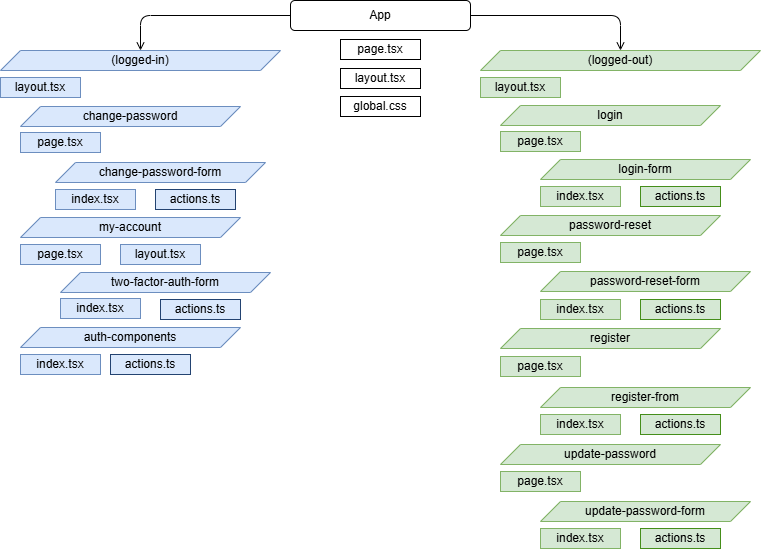
This is docs/folder-file-structure.png from greg1951/kbg-nextjs-authjs-template, a draw.io export, as it was before one commit. Source tidied: cells renumbered, new cells last; positions are measured from the earlier drawing's top-left corner, leaving out a move shared by most shapes.
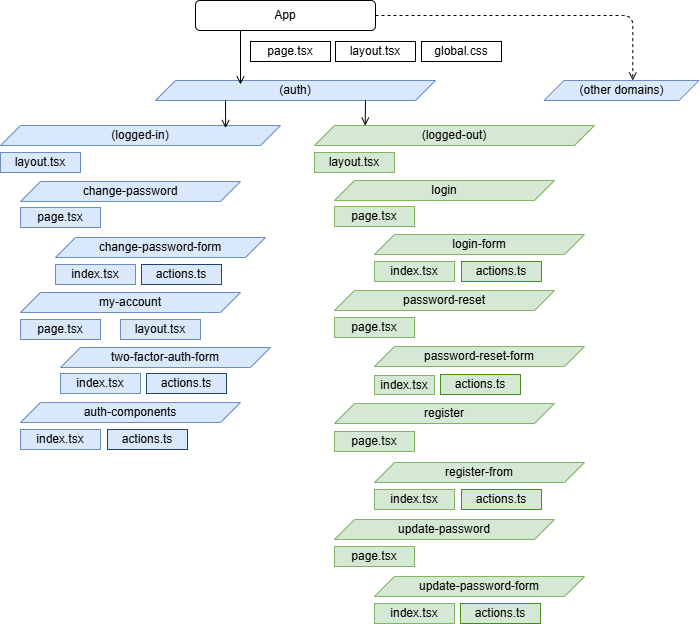
After the change.

Diff of the diagram source:
```diff
@@ -2,137 +2,151 @@
   <root>
     <mxCell id="0" />
     <mxCell id="1" parent="0" />
-    <mxCell id="2" style="edgeStyle=orthogonalEdgeStyle;html=1;entryX=0.5;entryY=0;entryDx=0;entryDy=0;endArrow=open;endFill=0;" parent="1" edge="1" source="4" target="9">
-      <mxGeometry relative="1" as="geometry" />
-    </mxCell>
-    <mxCell id="3" style="edgeStyle=orthogonalEdgeStyle;html=1;entryX=0.5;entryY=0;entryDx=0;entryDy=0;endArrow=open;endFill=0;" parent="1" edge="1" source="4" target="10">
-      <mxGeometry relative="1" as="geometry" />
-    </mxCell>
     <mxCell id="4" value="App" style="rounded=1;whiteSpace=wrap;html=1;" parent="1" vertex="1">
-      <mxGeometry x="290" width="180" height="30" as="geometry" />
+      <mxGeometry x="275" y="10" width="180" height="30" as="geometry" />
     </mxCell>
     <mxCell id="5" value="layout.tsx" style="rounded=0;whiteSpace=wrap;html=1;" parent="1" vertex="1">
-      <mxGeometry x="340" y="68" width="80" height="20" as="geometry" />
+      <mxGeometry x="415" y="51" width="80" height="20" as="geometry" />
     </mxCell>
     <mxCell id="6" value="page.tsx" style="rounded=0;whiteSpace=wrap;html=1;" parent="1" vertex="1">
-      <mxGeometry x="340" y="39" width="80" height="20" as="geometry" />
+      <mxGeometry x="330" y="51" width="80" height="20" as="geometry" />
     </mxCell>
     <mxCell id="7" value="global.css" style="rounded=0;whiteSpace=wrap;html=1;" parent="1" vertex="1">
-      <mxGeometry x="340" y="96" width="80" height="20" as="geometry" />
+      <mxGeometry x="501" y="51" width="80" height="20" as="geometry" />
     </mxCell>
     <mxCell id="8" value="layout.tsx" style="rounded=0;whiteSpace=wrap;html=1;fillColor=#dae8fc;strokeColor=#6c8ebf;" parent="1" vertex="1">
-      <mxGeometry y="77" width="80" height="20" as="geometry" />
+      <mxGeometry x="80" y="162" width="80" height="20" as="geometry" />
     </mxCell>
     <mxCell id="9" value="(logged-in)" style="shape=parallelogram;perimeter=parallelogramPerimeter;whiteSpace=wrap;html=1;fixedSize=1;fillColor=#dae8fc;strokeColor=#6c8ebf;" parent="1" vertex="1">
-      <mxGeometry y="50" width="280" height="20" as="geometry" />
+      <mxGeometry x="80" y="135" width="280" height="20" as="geometry" />
     </mxCell>
     <mxCell id="10" value="(logged-out)" style="shape=parallelogram;perimeter=parallelogramPerimeter;whiteSpace=wrap;html=1;fixedSize=1;fillColor=#d5e8d4;strokeColor=#82b366;" parent="1" vertex="1">
-      <mxGeometry x="480" y="50" width="280" height="20" as="geometry" />
+      <mxGeometry x="394" y="135" width="280" height="20" as="geometry" />
     </mxCell>
     <mxCell id="11" value="auth-components" style="shape=parallelogram;perimeter=parallelogramPerimeter;whiteSpace=wrap;html=1;fixedSize=1;fillColor=#dae8fc;strokeColor=#6c8ebf;" parent="1" vertex="1">
-      <mxGeometry x="20" y="327" width="220" height="20" as="geometry" />
+      <mxGeometry x="100" y="412" width="220" height="20" as="geometry" />
     </mxCell>
     <mxCell id="12" value="change-password" style="shape=parallelogram;perimeter=parallelogramPerimeter;whiteSpace=wrap;html=1;fixedSize=1;fillColor=#dae8fc;strokeColor=#6c8ebf;" parent="1" vertex="1">
-      <mxGeometry x="20" y="106" width="220" height="20" as="geometry" />
+      <mxGeometry x="100" y="191" width="220" height="20" as="geometry" />
     </mxCell>
     <mxCell id="13" value="change-password-form" style="shape=parallelogram;perimeter=parallelogramPerimeter;whiteSpace=wrap;html=1;fixedSize=1;fillColor=#dae8fc;strokeColor=#6c8ebf;" parent="1" vertex="1">
-      <mxGeometry x="55" y="162" width="210" height="20" as="geometry" />
+      <mxGeometry x="135" y="247" width="210" height="20" as="geometry" />
     </mxCell>
     <mxCell id="14" value="my-account" style="shape=parallelogram;perimeter=parallelogramPerimeter;whiteSpace=wrap;html=1;fixedSize=1;fillColor=#dae8fc;strokeColor=#6c8ebf;" parent="1" vertex="1">
-      <mxGeometry x="20" y="217" width="220" height="20" as="geometry" />
+      <mxGeometry x="100" y="302" width="220" height="20" as="geometry" />
     </mxCell>
     <mxCell id="15" value="layout.tsx" style="rounded=0;whiteSpace=wrap;html=1;fillColor=#dae8fc;strokeColor=#6c8ebf;" parent="1" vertex="1">
-      <mxGeometry x="120" y="244" width="80" height="20" as="geometry" />
+      <mxGeometry x="200" y="329" width="80" height="20" as="geometry" />
     </mxCell>
     <mxCell id="16" value="two-factor-auth-form" style="shape=parallelogram;perimeter=parallelogramPerimeter;whiteSpace=wrap;html=1;fixedSize=1;fillColor=#dae8fc;strokeColor=#6c8ebf;" parent="1" vertex="1">
-      <mxGeometry x="60" y="272" width="210" height="20" as="geometry" />
+      <mxGeometry x="140" y="357" width="210" height="20" as="geometry" />
     </mxCell>
     <mxCell id="17" value="page.tsx" style="rounded=0;whiteSpace=wrap;html=1;fillColor=#dae8fc;strokeColor=#6c8ebf;" parent="1" vertex="1">
-      <mxGeometry x="20" y="132" width="80" height="20" as="geometry" />
+      <mxGeometry x="100" y="217" width="80" height="20" as="geometry" />
     </mxCell>
     <mxCell id="18" value="actions.ts" style="rounded=0;whiteSpace=wrap;html=1;fillColor=#dae8fc;strokeColor=light-dark(#234371, #5c79a3);" parent="1" vertex="1">
-      <mxGeometry x="110" y="354" width="80" height="20" as="geometry" />
+      <mxGeometry x="187" y="439" width="80" height="20" as="geometry" />
     </mxCell>
     <mxCell id="19" value="index.tsx" style="rounded=0;whiteSpace=wrap;html=1;fillColor=#dae8fc;strokeColor=#6c8ebf;" parent="1" vertex="1">
-      <mxGeometry x="20" y="354" width="80" height="20" as="geometry" />
+      <mxGeometry x="100" y="439" width="80" height="20" as="geometry" />
     </mxCell>
     <mxCell id="20" value="actions.ts" style="rounded=0;whiteSpace=wrap;html=1;fillColor=#dae8fc;strokeColor=light-dark(#234371, #5c79a3);" parent="1" vertex="1">
-      <mxGeometry x="155" y="189" width="80" height="20" as="geometry" />
+      <mxGeometry x="221" y="274" width="80" height="20" as="geometry" />
     </mxCell>
     <mxCell id="21" value="index.tsx" style="rounded=0;whiteSpace=wrap;html=1;fillColor=#dae8fc;strokeColor=#6c8ebf;" parent="1" vertex="1">
-      <mxGeometry x="55" y="189" width="80" height="20" as="geometry" />
+      <mxGeometry x="135" y="274" width="80" height="20" as="geometry" />
     </mxCell>
     <mxCell id="22" value="actions.ts" style="rounded=0;whiteSpace=wrap;html=1;fillColor=#dae8fc;strokeColor=light-dark(#234371, #5c79a3);" parent="1" vertex="1">
-      <mxGeometry x="160" y="299" width="80" height="20" as="geometry" />
+      <mxGeometry x="226" y="383" width="80" height="20" as="geometry" />
     </mxCell>
     <mxCell id="23" value="index.tsx" style="rounded=0;whiteSpace=wrap;html=1;fillColor=#dae8fc;strokeColor=#6c8ebf;" parent="1" vertex="1">
-      <mxGeometry x="60" y="298" width="80" height="20" as="geometry" />
+      <mxGeometry x="140" y="383" width="80" height="20" as="geometry" />
     </mxCell>
     <mxCell id="24" value="page.tsx" style="rounded=0;whiteSpace=wrap;html=1;fillColor=#dae8fc;strokeColor=#6c8ebf;" parent="1" vertex="1">
-      <mxGeometry x="20" y="244" width="80" height="20" as="geometry" />
+      <mxGeometry x="100" y="329" width="80" height="20" as="geometry" />
     </mxCell>
     <mxCell id="25" value="layout.tsx" style="rounded=0;whiteSpace=wrap;html=1;fillColor=#d5e8d4;strokeColor=#82b366;" parent="1" vertex="1">
-      <mxGeometry x="480" y="77" width="80" height="20" as="geometry" />
+      <mxGeometry x="394" y="162" width="80" height="20" as="geometry" />
     </mxCell>
     <mxCell id="26" value="login" style="shape=parallelogram;perimeter=parallelogramPerimeter;whiteSpace=wrap;html=1;fixedSize=1;fillColor=#d5e8d4;strokeColor=#82b366;" parent="1" vertex="1">
-      <mxGeometry x="500" y="105" width="220" height="20" as="geometry" />
+      <mxGeometry x="414" y="190" width="220" height="20" as="geometry" />
     </mxCell>
     <mxCell id="27" value="page.tsx" style="rounded=0;whiteSpace=wrap;html=1;fillColor=#d5e8d4;strokeColor=#82b366;" parent="1" vertex="1">
-      <mxGeometry x="500" y="131" width="80" height="20" as="geometry" />
+      <mxGeometry x="414" y="216" width="80" height="20" as="geometry" />
     </mxCell>
     <mxCell id="28" value="login-form" style="shape=parallelogram;perimeter=parallelogramPerimeter;whiteSpace=wrap;html=1;fixedSize=1;fillColor=#d5e8d4;strokeColor=#82b366;" parent="1" vertex="1">
-      <mxGeometry x="540" y="159" width="210" height="20" as="geometry" />
+      <mxGeometry x="454" y="244" width="210" height="20" as="geometry" />
     </mxCell>
     <mxCell id="29" value="actions.ts" style="rounded=0;whiteSpace=wrap;html=1;fillColor=#d5e8d4;strokeColor=light-dark(#458e1a, #446e2c);" parent="1" vertex="1">
-      <mxGeometry x="640" y="186" width="80" height="20" as="geometry" />
+      <mxGeometry x="541" y="271" width="80" height="20" as="geometry" />
     </mxCell>
     <mxCell id="30" value="index.tsx" style="rounded=0;whiteSpace=wrap;html=1;fillColor=#d5e8d4;strokeColor=#82b366;" parent="1" vertex="1">
-      <mxGeometry x="540" y="186" width="80" height="20" as="geometry" />
+      <mxGeometry x="454" y="271" width="80" height="20" as="geometry" />
     </mxCell>
     <mxCell id="31" value="password-reset" style="shape=parallelogram;perimeter=parallelogramPerimeter;whiteSpace=wrap;html=1;fixedSize=1;fillColor=#d5e8d4;strokeColor=#82b366;" parent="1" vertex="1">
-      <mxGeometry x="500" y="215" width="220" height="20" as="geometry" />
+      <mxGeometry x="414" y="300" width="220" height="20" as="geometry" />
     </mxCell>
     <mxCell id="32" value="password-reset-form" style="shape=parallelogram;perimeter=parallelogramPerimeter;whiteSpace=wrap;html=1;fixedSize=1;fillColor=#d5e8d4;strokeColor=#82b366;" parent="1" vertex="1">
-      <mxGeometry x="540" y="271" width="210" height="20" as="geometry" />
+      <mxGeometry x="454" y="356" width="210" height="20" as="geometry" />
     </mxCell>
     <mxCell id="33" value="page.tsx" style="rounded=0;whiteSpace=wrap;html=1;fillColor=#d5e8d4;strokeColor=#82b366;" parent="1" vertex="1">
-      <mxGeometry x="500" y="242" width="80" height="20" as="geometry" />
+      <mxGeometry x="414" y="327" width="80" height="20" as="geometry" />
     </mxCell>
     <mxCell id="34" value="actions.ts" style="rounded=0;whiteSpace=wrap;html=1;fillColor=#d5e8d4;strokeColor=light-dark(#458e1a, #446e2c);" parent="1" vertex="1">
-      <mxGeometry x="640" y="299" width="80" height="20" as="geometry" />
+      <mxGeometry x="520" y="384" width="80" height="20" as="geometry" />
     </mxCell>
     <mxCell id="35" value="index.tsx" style="rounded=0;whiteSpace=wrap;html=1;fillColor=#d5e8d4;strokeColor=#82b366;" parent="1" vertex="1">
-      <mxGeometry x="540" y="299" width="80" height="20" as="geometry" />
+      <mxGeometry x="454" y="385" width="60" height="19" as="geometry" />
     </mxCell>
     <mxCell id="36" value="register" style="shape=parallelogram;perimeter=parallelogramPerimeter;whiteSpace=wrap;html=1;fixedSize=1;fillColor=#d5e8d4;strokeColor=#82b366;" parent="1" vertex="1">
-      <mxGeometry x="500" y="328" width="220" height="20" as="geometry" />
+      <mxGeometry x="414" y="413" width="220" height="20" as="geometry" />
     </mxCell>
     <mxCell id="37" value="register-from" style="shape=parallelogram;perimeter=parallelogramPerimeter;whiteSpace=wrap;html=1;fixedSize=1;fillColor=#d5e8d4;strokeColor=#82b366;" parent="1" vertex="1">
-      <mxGeometry x="540" y="387" width="210" height="20" as="geometry" />
+      <mxGeometry x="454" y="472" width="210" height="20" as="geometry" />
     </mxCell>
     <mxCell id="38" value="page.tsx" style="rounded=0;whiteSpace=wrap;html=1;fillColor=#d5e8d4;strokeColor=#82b366;" parent="1" vertex="1">
-      <mxGeometry x="500" y="356" width="80" height="20" as="geometry" />
+      <mxGeometry x="414" y="441" width="80" height="20" as="geometry" />
     </mxCell>
     <mxCell id="39" value="actions.ts" style="rounded=0;whiteSpace=wrap;html=1;fillColor=#d5e8d4;strokeColor=light-dark(#458e1a, #446e2c);" parent="1" vertex="1">
-      <mxGeometry x="640" y="414" width="80" height="20" as="geometry" />
+      <mxGeometry x="541" y="499" width="80" height="20" as="geometry" />
     </mxCell>
     <mxCell id="40" value="index.tsx" style="rounded=0;whiteSpace=wrap;html=1;fillColor=#d5e8d4;strokeColor=#82b366;" parent="1" vertex="1">
-      <mxGeometry x="540" y="414" width="80" height="20" as="geometry" />
+      <mxGeometry x="454" y="499" width="80" height="20" as="geometry" />
     </mxCell>
     <mxCell id="41" value="update-password" style="shape=parallelogram;perimeter=parallelogramPerimeter;whiteSpace=wrap;html=1;fixedSize=1;fillColor=#d5e8d4;strokeColor=#82b366;" parent="1" vertex="1">
-      <mxGeometry x="500" y="444" width="220" height="20" as="geometry" />
+      <mxGeometry x="414" y="529" width="220" height="20" as="geometry" />
     </mxCell>
     <mxCell id="42" value="update-password-form" style="shape=parallelogram;perimeter=parallelogramPerimeter;whiteSpace=wrap;html=1;fixedSize=1;fillColor=#d5e8d4;strokeColor=#82b366;" parent="1" vertex="1">
-      <mxGeometry x="540" y="501" width="210" height="20" as="geometry" />
+      <mxGeometry x="454" y="586" width="210" height="20" as="geometry" />
     </mxCell>
     <mxCell id="43" value="page.tsx" style="rounded=0;whiteSpace=wrap;html=1;fillColor=#d5e8d4;strokeColor=#82b366;" parent="1" vertex="1">
-      <mxGeometry x="500" y="471" width="80" height="20" as="geometry" />
+      <mxGeometry x="414" y="556" width="80" height="20" as="geometry" />
     </mxCell>
     <mxCell id="44" value="actions.ts" style="rounded=0;whiteSpace=wrap;html=1;fillColor=#d5e8d4;strokeColor=light-dark(#458e1a, #446e2c);" parent="1" vertex="1">
-      <mxGeometry x="640" y="528" width="80" height="20" as="geometry" />
+      <mxGeometry x="540" y="613" width="80" height="20" as="geometry" />
     </mxCell>
     <mxCell id="45" value="index.tsx" style="rounded=0;whiteSpace=wrap;html=1;fillColor=#d5e8d4;strokeColor=#82b366;" parent="1" vertex="1">
-      <mxGeometry x="540" y="528" width="80" height="20" as="geometry" />
+      <mxGeometry x="454" y="613" width="80" height="20" as="geometry" />
     </mxCell>
+    <mxCell id="46" value="(auth)" style="shape=parallelogram;perimeter=parallelogramPerimeter;whiteSpace=wrap;html=1;fixedSize=1;fillColor=#dae8fc;strokeColor=#6c8ebf;" parent="1" vertex="1">
+      <mxGeometry x="235" y="90" width="280" height="20" as="geometry" />
+    </mxCell>
+    <mxCell id="47" value="(other domains)" style="shape=parallelogram;perimeter=parallelogramPerimeter;whiteSpace=wrap;html=1;fixedSize=1;fillColor=#dae8fc;strokeColor=#6c8ebf;" parent="1" vertex="1">
+      <mxGeometry x="623.5" y="90" width="155" height="20" as="geometry" />
+    </mxCell>
+    <mxCell id="48" style="edgeStyle=none;html=1;exitX=0.25;exitY=1;exitDx=0;exitDy=0;entryX=0.804;entryY=0.132;entryDx=0;entryDy=0;entryPerimeter=0;endArrow=open;endFill=0;" parent="1" edge="1" source="46" target="9">
+      <mxGeometry relative="1" as="geometry" />
+    </mxCell>
+    <mxCell id="49" style="edgeStyle=none;html=1;exitX=0.75;exitY=1;exitDx=0;exitDy=0;entryX=0.181;entryY=0.007;entryDx=0;entryDy=0;entryPerimeter=0;endArrow=open;endFill=0;" parent="1" edge="1" source="46" target="10">
+      <mxGeometry relative="1" as="geometry" />
+    </mxCell>
+    <mxCell id="50" style="edgeStyle=none;html=1;exitX=0.25;exitY=1;exitDx=0;exitDy=0;endArrow=open;endFill=0;" parent="1" edge="1" source="4">
+      <mxGeometry relative="1" as="geometry">
+        <mxPoint x="320" y="94" as="targetPoint" />
+      </mxGeometry>
+    </mxCell>
+    <mxCell id="51" style="edgeStyle=orthogonalEdgeStyle;html=1;exitX=1;exitY=0.5;exitDx=0;exitDy=0;entryX=0.573;entryY=0.001;entryDx=0;entryDy=0;entryPerimeter=0;endArrow=open;endFill=0;dashed=1;" parent="1" edge="1" source="4" target="47">
+      <mxGeometry relative="1" as="geometry" />
+    </mxCell>
   </root>
 </mxGraphModel>
```
